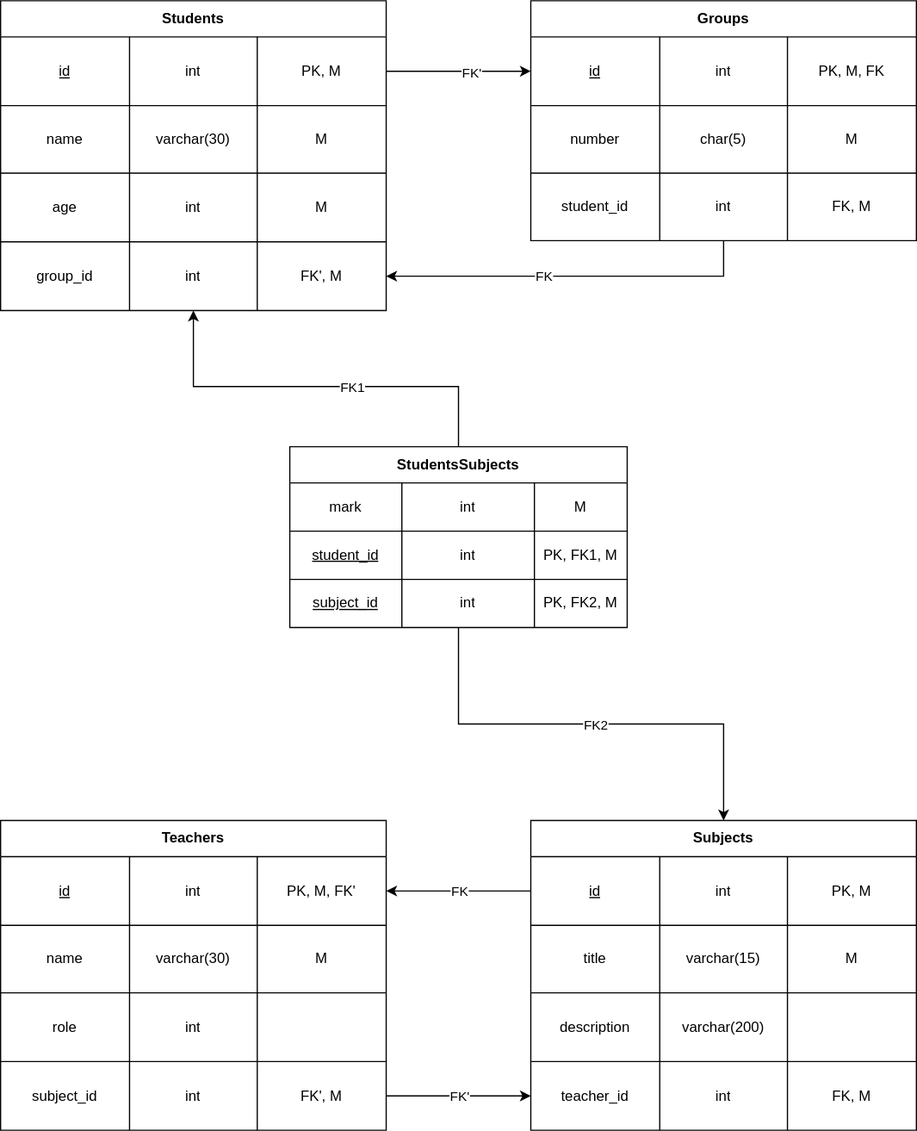
The draw.io diagram Physical.svg in OlegUtusikov/DataBaseCourse, before a commit. Source tidied: cells renumbered, new cells last; positions are measured from the earlier drawing's top-left corner, leaving out a move shared by most shapes.
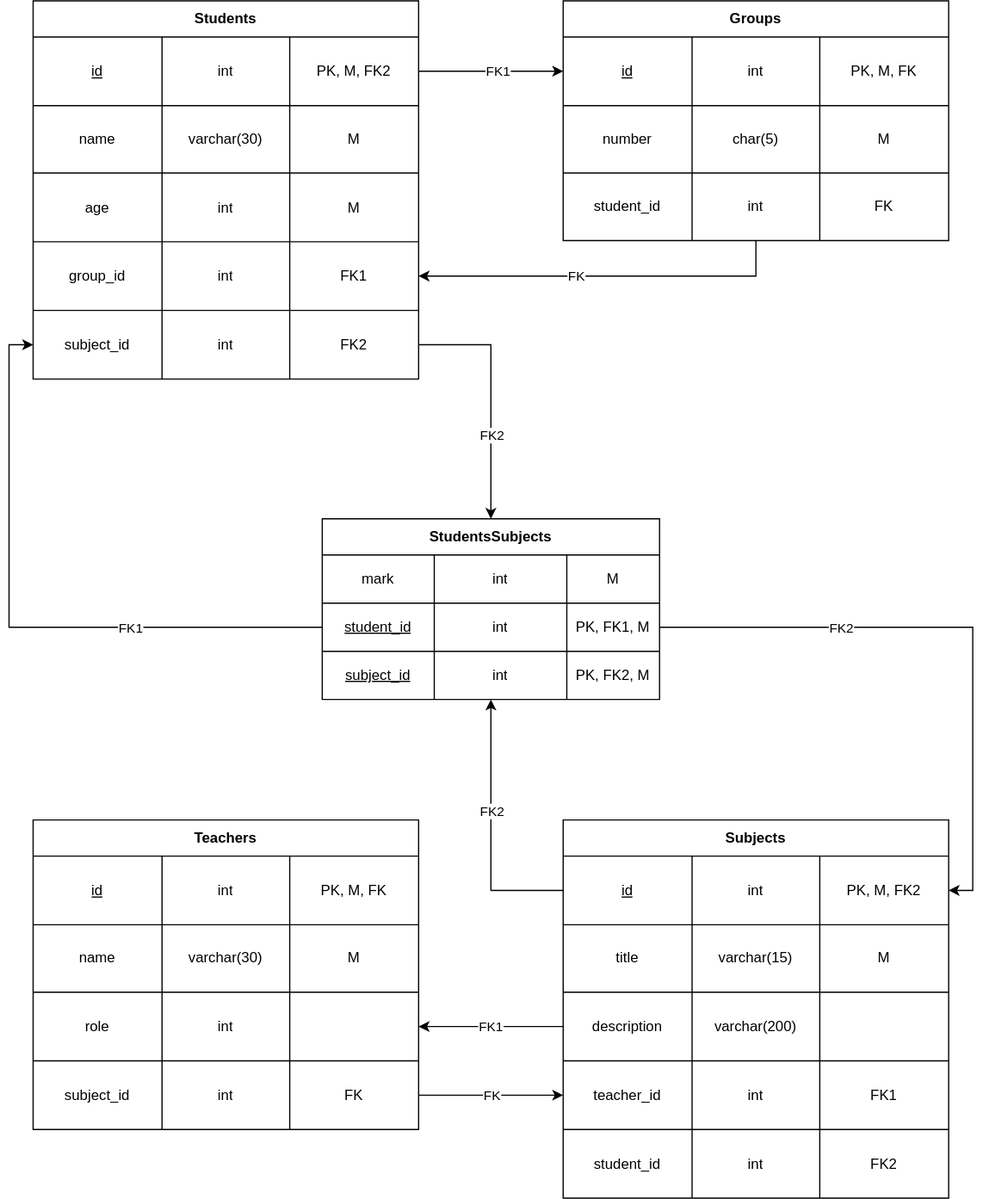
Later version of the same file.

Change to the diagram source:
```diff
@@ -3,7 +3,7 @@
     <mxCell id="0" />
     <mxCell id="1" parent="0" />
     <mxCell id="2" value="Students" style="shape=table;html=1;whiteSpace=wrap;startSize=30;fontStyle=1;align=center;" parent="1" vertex="1">
-      <mxGeometry width="320" height="257" as="geometry" />
+      <mxGeometry width="320" height="314" as="geometry" />
     </mxCell>
     <mxCell id="3" style="shape=partialRectangle;html=1;whiteSpace=wrap;fillColor=none;top=0;left=0;bottom=0;right=0;points=[[0,0.5],[1,0.5]];portConstraint=eastwest;" parent="2" vertex="1">
       <mxGeometry y="30" width="320" height="57" as="geometry" />
@@ -14,7 +14,7 @@
     <mxCell id="5" value="int" style="shape=partialRectangle;html=1;whiteSpace=wrap;fillColor=none;top=0;left=0;bottom=0;right=0;overflow=hidden;" parent="3" vertex="1">
       <mxGeometry x="107" width="106" height="57" as="geometry" />
     </mxCell>
-    <mxCell id="6" value="PK, M" style="shape=partialRectangle;html=1;whiteSpace=wrap;fillColor=none;top=0;left=0;bottom=0;right=0;overflow=hidden;" parent="3" vertex="1">
+    <mxCell id="6" value="PK, M, FK2" style="shape=partialRectangle;html=1;whiteSpace=wrap;fillColor=none;top=0;left=0;bottom=0;right=0;overflow=hidden;" parent="3" vertex="1">
       <mxGeometry x="213" width="107" height="57" as="geometry" />
     </mxCell>
     <mxCell id="7" style="shape=partialRectangle;html=1;whiteSpace=wrap;fillColor=none;top=0;left=0;bottom=0;right=0;" parent="2" vertex="1">
@@ -50,9 +50,21 @@
     <mxCell id="17" value="int" style="shape=partialRectangle;html=1;whiteSpace=wrap;fillColor=none;top=0;left=0;bottom=0;right=0;overflow=hidden;" parent="15" vertex="1">
       <mxGeometry x="107" width="106" height="57" as="geometry" />
     </mxCell>
-    <mxCell id="18" value="FK', M" style="shape=partialRectangle;html=1;whiteSpace=wrap;fillColor=none;top=0;left=0;bottom=0;right=0;overflow=hidden;" parent="15" vertex="1">
+    <mxCell id="18" value="&lt;div&gt;FK1&lt;/div&gt;" style="shape=partialRectangle;html=1;whiteSpace=wrap;fillColor=none;top=0;left=0;bottom=0;right=0;overflow=hidden;" parent="15" vertex="1">
       <mxGeometry x="213" width="107" height="57" as="geometry" />
     </mxCell>
+    <mxCell id="91" style="shape=partialRectangle;html=1;whiteSpace=wrap;fillColor=none;top=0;left=0;bottom=0;right=0;points=[[0,0.5],[1,0.5]];portConstraint=eastwest;" parent="2" vertex="1">
+      <mxGeometry y="257" width="320" height="57" as="geometry" />
+    </mxCell>
+    <mxCell id="92" value="subject_id" style="shape=partialRectangle;html=1;whiteSpace=wrap;fillColor=none;top=0;left=0;bottom=0;right=0;overflow=hidden;" parent="91" vertex="1">
+      <mxGeometry width="107" height="57" as="geometry" />
+    </mxCell>
+    <mxCell id="93" value="int" style="shape=partialRectangle;html=1;whiteSpace=wrap;fillColor=none;top=0;left=0;bottom=0;right=0;overflow=hidden;" parent="91" vertex="1">
+      <mxGeometry x="107" width="106" height="57" as="geometry" />
+    </mxCell>
+    <mxCell id="94" value="FK2" style="shape=partialRectangle;html=1;whiteSpace=wrap;fillColor=none;top=0;left=0;bottom=0;right=0;overflow=hidden;" parent="91" vertex="1">
+      <mxGeometry x="213" width="107" height="57" as="geometry" />
+    </mxCell>
     <mxCell id="19" style="edgeStyle=orthogonalEdgeStyle;rounded=0;jettySize=auto;html=1;exitX=0.5;exitY=1;exitDx=0;exitDy=0;startArrow=none;startFill=0;endArrow=classic;endFill=1;" parent="1" edge="1" source="21" target="15">
       <mxGeometry relative="1" as="geometry" />
     </mxCell>
@@ -97,7 +109,7 @@
     <mxCell id="32" value="int" style="shape=partialRectangle;html=1;whiteSpace=wrap;fillColor=none;top=0;left=0;bottom=0;right=0;overflow=hidden;" parent="30" vertex="1">
       <mxGeometry x="107" width="106" height="56" as="geometry" />
     </mxCell>
-    <mxCell id="33" value="FK, M" style="shape=partialRectangle;html=1;whiteSpace=wrap;fillColor=none;top=0;left=0;bottom=0;right=0;overflow=hidden;" parent="30" vertex="1">
+    <mxCell id="33" value="FK" style="shape=partialRectangle;html=1;whiteSpace=wrap;fillColor=none;top=0;left=0;bottom=0;right=0;overflow=hidden;" parent="30" vertex="1">
       <mxGeometry x="213" width="107" height="56" as="geometry" />
     </mxCell>
     <mxCell id="34" value="Teachers" style="shape=table;html=1;whiteSpace=wrap;startSize=30;fontStyle=1;align=center;" parent="1" vertex="1">
@@ -112,7 +124,7 @@
     <mxCell id="37" value="int" style="shape=partialRectangle;html=1;whiteSpace=wrap;fillColor=none;top=0;left=0;bottom=0;right=0;overflow=hidden;" parent="35" vertex="1">
       <mxGeometry x="107" width="106" height="57" as="geometry" />
     </mxCell>
-    <mxCell id="38" value="PK, M, FK'" style="shape=partialRectangle;html=1;whiteSpace=wrap;fillColor=none;top=0;left=0;bottom=0;right=0;overflow=hidden;" parent="35" vertex="1">
+    <mxCell id="38" value="PK, M, FK" style="shape=partialRectangle;html=1;whiteSpace=wrap;fillColor=none;top=0;left=0;bottom=0;right=0;overflow=hidden;" parent="35" vertex="1">
       <mxGeometry x="213" width="107" height="57" as="geometry" />
     </mxCell>
     <mxCell id="39" style="shape=partialRectangle;html=1;whiteSpace=wrap;fillColor=none;top=0;left=0;bottom=0;right=0;" parent="34" vertex="1">
@@ -148,11 +160,11 @@
     <mxCell id="49" value="int" style="shape=partialRectangle;html=1;whiteSpace=wrap;fillColor=none;top=0;left=0;bottom=0;right=0;overflow=hidden;" parent="47" vertex="1">
       <mxGeometry x="107" width="106" height="57" as="geometry" />
     </mxCell>
-    <mxCell id="50" value="FK', M" style="shape=partialRectangle;html=1;whiteSpace=wrap;fillColor=none;top=0;left=0;bottom=0;right=0;overflow=hidden;" parent="47" vertex="1">
+    <mxCell id="50" value="FK" style="shape=partialRectangle;html=1;whiteSpace=wrap;fillColor=none;top=0;left=0;bottom=0;right=0;overflow=hidden;" parent="47" vertex="1">
       <mxGeometry x="213" width="107" height="57" as="geometry" />
     </mxCell>
     <mxCell id="51" value="Subjects" style="shape=table;html=1;whiteSpace=wrap;startSize=30;fontStyle=1;align=center;" parent="1" vertex="1">
-      <mxGeometry x="440" y="680" width="320" height="257" as="geometry" />
+      <mxGeometry x="440" y="680" width="320" height="314" as="geometry" />
     </mxCell>
     <mxCell id="52" style="shape=partialRectangle;html=1;whiteSpace=wrap;fillColor=none;top=0;left=0;bottom=0;right=0;points=[[0,0.5],[1,0.5]];portConstraint=eastwest;" parent="51" vertex="1">
       <mxGeometry y="30" width="320" height="57" as="geometry" />
@@ -163,7 +175,7 @@
     <mxCell id="54" value="int" style="shape=partialRectangle;html=1;whiteSpace=wrap;fillColor=none;top=0;left=0;bottom=0;right=0;overflow=hidden;" parent="52" vertex="1">
       <mxGeometry x="107" width="106" height="57" as="geometry" />
     </mxCell>
-    <mxCell id="55" value="PK, M" style="shape=partialRectangle;html=1;whiteSpace=wrap;fillColor=none;top=0;left=0;bottom=0;right=0;overflow=hidden;" parent="52" vertex="1">
+    <mxCell id="55" value="PK, M, FK2" style="shape=partialRectangle;html=1;whiteSpace=wrap;fillColor=none;top=0;left=0;bottom=0;right=0;overflow=hidden;" parent="52" vertex="1">
       <mxGeometry x="213" width="107" height="57" as="geometry" />
     </mxCell>
     <mxCell id="56" style="shape=partialRectangle;html=1;whiteSpace=wrap;fillColor=none;top=0;left=0;bottom=0;right=0;" parent="51" vertex="1">
@@ -199,30 +211,52 @@
     <mxCell id="66" value="int" style="shape=partialRectangle;html=1;whiteSpace=wrap;fillColor=none;top=0;left=0;bottom=0;right=0;overflow=hidden;" parent="64" vertex="1">
       <mxGeometry x="107" width="106" height="57" as="geometry" />
     </mxCell>
-    <mxCell id="67" value="FK, M" style="shape=partialRectangle;html=1;whiteSpace=wrap;fillColor=none;top=0;left=0;bottom=0;right=0;overflow=hidden;" parent="64" vertex="1">
+    <mxCell id="67" value="FK1" style="shape=partialRectangle;html=1;whiteSpace=wrap;fillColor=none;top=0;left=0;bottom=0;right=0;overflow=hidden;" parent="64" vertex="1">
       <mxGeometry x="213" width="107" height="57" as="geometry" />
     </mxCell>
-    <mxCell id="68" style="edgeStyle=orthogonalEdgeStyle;rounded=0;jettySize=auto;html=1;exitX=0.5;exitY=0;exitDx=0;exitDy=0;entryX=0.5;entryY=1;entryDx=0;entryDy=0;startArrow=none;startFill=0;endArrow=classic;endFill=1;" parent="1" edge="1" source="72" target="2">
-      <mxGeometry relative="1" as="geometry">
-        <Array as="points">
-          <mxPoint x="380" y="320" />
-          <mxPoint x="160" y="320" />
-        </Array>
-      </mxGeometry>
-    </mxCell>
-    <mxCell id="69" value="FK1" style="edgeLabel;html=1;align=center;verticalAlign=middle;" parent="68" vertex="1">
-      <mxGeometry x="-0.17" relative="1" as="geometry" />
-    </mxCell>
-    <mxCell id="70" style="edgeStyle=orthogonalEdgeStyle;rounded=0;jettySize=auto;html=1;exitX=0.5;exitY=1;exitDx=0;exitDy=0;entryX=0.5;entryY=0;entryDx=0;entryDy=0;startArrow=none;startFill=0;endArrow=classic;endFill=1;" parent="1" edge="1" source="72" target="51">
-      <mxGeometry relative="1" as="geometry" />
-    </mxCell>
-    <mxCell id="71" value="FK2" style="edgeLabel;html=1;align=center;verticalAlign=middle;" parent="70" vertex="1">
-      <mxGeometry x="-0.05" y="4" relative="1" as="geometry">
-        <mxPoint x="12.5" y="4" as="offset" />
-      </mxGeometry>
-    </mxCell>
+    <mxCell id="95" style="shape=partialRectangle;html=1;whiteSpace=wrap;fillColor=none;top=0;left=0;bottom=0;right=0;" parent="51" vertex="1">
+      <mxGeometry y="257" width="320" height="57" as="geometry" />
+    </mxCell>
+    <mxCell id="96" value="student_id" style="shape=partialRectangle;html=1;whiteSpace=wrap;fillColor=none;top=0;left=0;bottom=0;right=0;overflow=hidden;" parent="95" vertex="1">
+      <mxGeometry width="107" height="57" as="geometry" />
+    </mxCell>
+    <mxCell id="97" value="int" style="shape=partialRectangle;html=1;whiteSpace=wrap;fillColor=none;top=0;left=0;bottom=0;right=0;overflow=hidden;" parent="95" vertex="1">
+      <mxGeometry x="107" width="106" height="57" as="geometry" />
+    </mxCell>
+    <mxCell id="98" value="FK2" style="shape=partialRectangle;html=1;whiteSpace=wrap;fillColor=none;top=0;left=0;bottom=0;right=0;overflow=hidden;" parent="95" vertex="1">
+      <mxGeometry x="213" width="107" height="57" as="geometry" />
+    </mxCell>
+    <mxCell id="85" style="edgeStyle=orthogonalEdgeStyle;rounded=0;jettySize=auto;html=1;exitX=1;exitY=0.5;exitDx=0;exitDy=0;entryX=0;entryY=0.5;entryDx=0;entryDy=0;startArrow=none;startFill=0;endArrow=classic;endFill=1;" parent="1" edge="1" source="3" target="22">
+      <mxGeometry relative="1" as="geometry" />
+    </mxCell>
+    <mxCell id="86" value="FK1" style="edgeLabel;html=1;align=center;verticalAlign=middle;" parent="85" vertex="1">
+      <mxGeometry x="0.17" relative="1" as="geometry">
+        <mxPoint x="-5" as="offset" />
+      </mxGeometry>
+    </mxCell>
+    <mxCell id="87" style="edgeStyle=orthogonalEdgeStyle;rounded=0;jettySize=auto;html=1;startArrow=none;startFill=0;endArrow=classic;endFill=1;entryX=1;entryY=0.5;entryDx=0;entryDy=0;exitX=0;exitY=0.5;exitDx=0;exitDy=0;" parent="1" edge="1" source="60" target="43">
+      <mxGeometry relative="1" as="geometry">
+        <Array as="points">
+          <mxPoint x="380" y="852" />
+          <mxPoint x="380" y="852" />
+        </Array>
+      </mxGeometry>
+    </mxCell>
+    <mxCell id="88" value="&lt;div&gt;FK1&lt;/div&gt;" style="edgeLabel;html=1;align=center;verticalAlign=middle;" parent="87" vertex="1">
+      <mxGeometry x="0.15" y="3" relative="1" as="geometry">
+        <mxPoint x="8" y="-3" as="offset" />
+      </mxGeometry>
+    </mxCell>
+    <mxCell id="89" style="edgeStyle=orthogonalEdgeStyle;rounded=0;jettySize=auto;html=1;exitX=1;exitY=0.5;exitDx=0;exitDy=0;startArrow=none;startFill=0;endArrow=classic;endFill=1;" parent="1" edge="1" source="47" target="64">
+      <mxGeometry relative="1" as="geometry" />
+    </mxCell>
+    <mxCell id="90" value="&lt;div&gt;FK&lt;/div&gt;" style="edgeLabel;html=1;align=center;verticalAlign=middle;" parent="89" vertex="1">
+      <mxGeometry x="-0.2" y="-1" relative="1" as="geometry">
+        <mxPoint x="12" y="-1" as="offset" />
+      </mxGeometry>
+    </mxCell>
     <mxCell id="72" value="StudentsSubjects" style="shape=table;html=1;whiteSpace=wrap;startSize=30;fontStyle=1;align=center;rounded=0;arcSize=50;" parent="1" vertex="1">
-      <mxGeometry x="240" y="370" width="280" height="150" as="geometry" />
+      <mxGeometry x="240" y="430" width="280" height="150" as="geometry" />
     </mxCell>
     <mxCell id="73" style="shape=partialRectangle;html=1;whiteSpace=wrap;fillColor=none;top=0;left=0;bottom=0;right=0;" parent="72" vertex="1">
       <mxGeometry y="30" width="280" height="40" as="geometry" />
@@ -260,29 +294,37 @@
     <mxCell id="84" value="PK, FK2, M" style="shape=partialRectangle;html=1;whiteSpace=wrap;fillColor=none;top=0;left=0;bottom=0;right=0;overflow=hidden;" parent="81" vertex="1">
       <mxGeometry x="203" width="77" height="40" as="geometry" />
     </mxCell>
-    <mxCell id="85" style="edgeStyle=orthogonalEdgeStyle;rounded=0;jettySize=auto;html=1;exitX=1;exitY=0.5;exitDx=0;exitDy=0;entryX=0;entryY=0.5;entryDx=0;entryDy=0;startArrow=none;startFill=0;endArrow=classic;endFill=1;" parent="1" edge="1" source="3" target="22">
-      <mxGeometry relative="1" as="geometry" />
-    </mxCell>
-    <mxCell id="86" value="FK'" style="edgeLabel;html=1;align=center;verticalAlign=middle;" parent="85" vertex="1">
-      <mxGeometry x="0.17" relative="1" as="geometry">
-        <mxPoint y="1" as="offset" />
-      </mxGeometry>
-    </mxCell>
-    <mxCell id="87" style="edgeStyle=orthogonalEdgeStyle;rounded=0;jettySize=auto;html=1;exitX=0;exitY=0.5;exitDx=0;exitDy=0;startArrow=none;startFill=0;endArrow=classic;endFill=1;" parent="1" edge="1" source="52" target="35">
-      <mxGeometry relative="1" as="geometry" />
-    </mxCell>
-    <mxCell id="88" value="FK" style="edgeLabel;html=1;align=center;verticalAlign=middle;" parent="87" vertex="1">
-      <mxGeometry x="0.15" y="3" relative="1" as="geometry">
-        <mxPoint x="9" y="-3" as="offset" />
-      </mxGeometry>
-    </mxCell>
-    <mxCell id="89" style="edgeStyle=orthogonalEdgeStyle;rounded=0;jettySize=auto;html=1;exitX=1;exitY=0.5;exitDx=0;exitDy=0;startArrow=none;startFill=0;endArrow=classic;endFill=1;" parent="1" edge="1" source="47" target="64">
-      <mxGeometry relative="1" as="geometry" />
-    </mxCell>
-    <mxCell id="90" value="FK'" style="edgeLabel;html=1;align=center;verticalAlign=middle;" parent="89" vertex="1">
-      <mxGeometry x="-0.2" y="-1" relative="1" as="geometry">
-        <mxPoint x="12" y="-1" as="offset" />
-      </mxGeometry>
-    </mxCell>
+    <mxCell id="99" style="edgeStyle=orthogonalEdgeStyle;rounded=0;jettySize=auto;html=1;exitX=0;exitY=0.5;exitDx=0;exitDy=0;entryX=0;entryY=0.5;entryDx=0;entryDy=0;startArrow=none;startFill=0;endArrow=classic;endFill=1;" parent="1" edge="1" source="77" target="91">
+      <mxGeometry relative="1" as="geometry" />
+    </mxCell>
+    <mxCell id="69" value="FK1" style="edgeLabel;html=1;align=center;verticalAlign=middle;" parent="99" vertex="1">
+      <mxGeometry x="-0.32" y="3" relative="1" as="geometry">
+        <mxPoint x="16" y="-3" as="offset" />
+      </mxGeometry>
+    </mxCell>
+    <mxCell id="100" style="edgeStyle=orthogonalEdgeStyle;rounded=0;jettySize=auto;html=1;exitX=1;exitY=0.5;exitDx=0;exitDy=0;entryX=1;entryY=0.5;entryDx=0;entryDy=0;startArrow=none;startFill=0;endArrow=classic;endFill=1;" parent="1" edge="1" source="77" target="52">
+      <mxGeometry relative="1" as="geometry" />
+    </mxCell>
+    <mxCell id="101" value="FK2" style="edgeLabel;html=1;align=center;verticalAlign=middle;" parent="100" vertex="1">
+      <mxGeometry x="-0.35" y="-2" relative="1" as="geometry">
+        <mxPoint x="-12" y="-2" as="offset" />
+      </mxGeometry>
+    </mxCell>
+    <mxCell id="102" style="edgeStyle=orthogonalEdgeStyle;rounded=0;jettySize=auto;html=1;exitX=1;exitY=0.5;exitDx=0;exitDy=0;entryX=0.5;entryY=0;entryDx=0;entryDy=0;startArrow=none;startFill=0;endArrow=classic;endFill=1;" parent="1" edge="1" source="91" target="72">
+      <mxGeometry relative="1" as="geometry" />
+    </mxCell>
+    <mxCell id="103" value="FK2" style="edgeLabel;html=1;align=center;verticalAlign=middle;" parent="102" vertex="1">
+      <mxGeometry x="0.12" y="2" relative="1" as="geometry">
+        <mxPoint x="-2" y="20.5" as="offset" />
+      </mxGeometry>
+    </mxCell>
+    <mxCell id="104" style="edgeStyle=orthogonalEdgeStyle;rounded=0;jettySize=auto;html=1;exitX=0;exitY=0.5;exitDx=0;exitDy=0;entryX=0.5;entryY=1;entryDx=0;entryDy=0;startArrow=none;startFill=0;endArrow=classic;endFill=1;" parent="1" edge="1" source="52" target="72">
+      <mxGeometry relative="1" as="geometry" />
+    </mxCell>
+    <mxCell id="105" value="FK2" style="edgeLabel;html=1;align=center;verticalAlign=middle;" parent="104" vertex="1">
+      <mxGeometry x="0.16" relative="1" as="geometry">
+        <mxPoint y="1" as="offset" />
+      </mxGeometry>
+    </mxCell>
   </root>
 </mxGraphModel>
```
